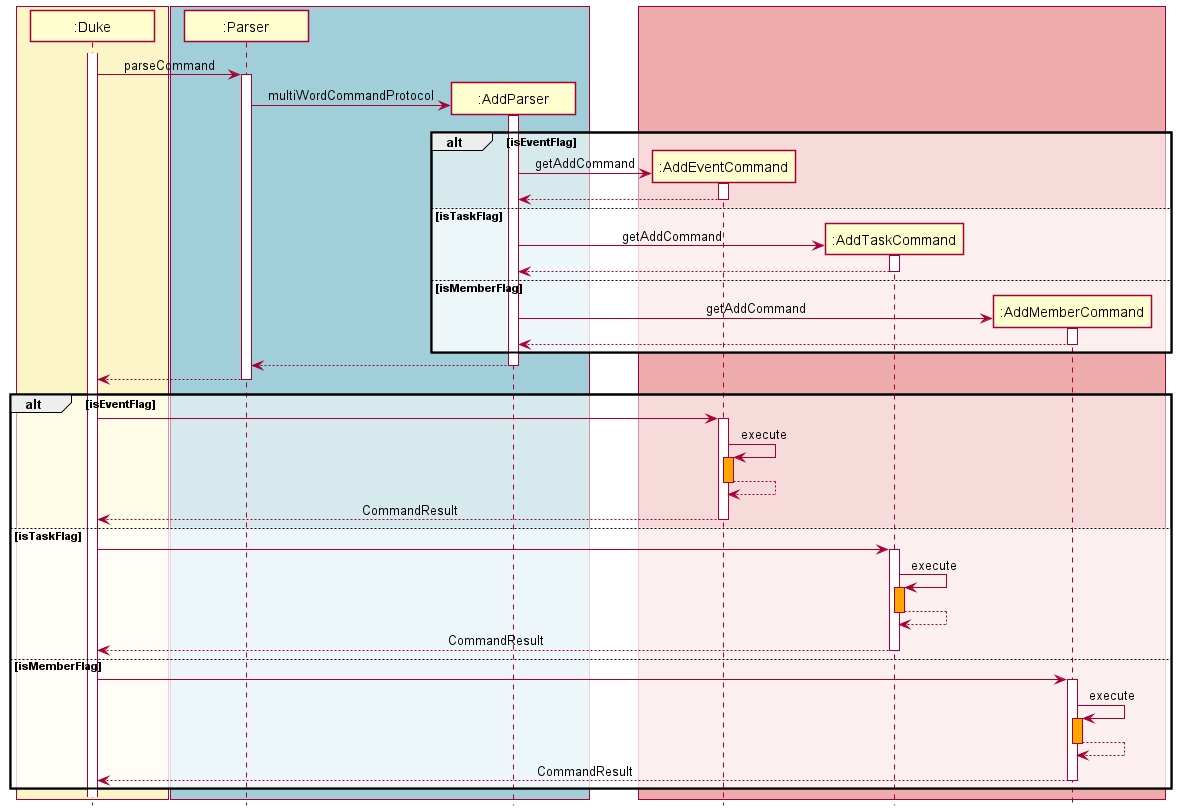
Before: docs/images/AddDiagram.png, a diagram exported from PlantUML (nus-cs2113-AY2122S1/tp).
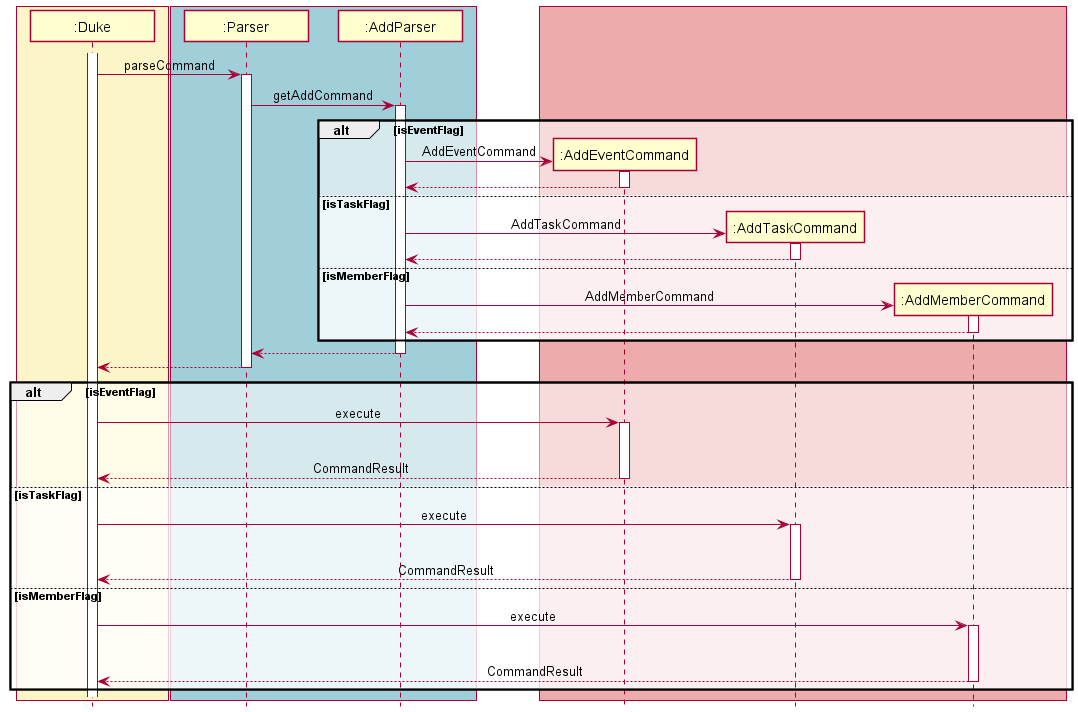
After the change.

Commit message:
Add/DoneUndo Diagrams updated

Change to the diagram source:
```diff
@@ -6,31 +6,33 @@
 activate Duke
 box BLUE_COLOR
 Participant ":Parser" as Parser
+participant ":AddParser" as AddParser
+
 
 Duke -> Parser :parseCommand
 create ":AddParser" as AddParser
+end box
 activate Parser
-create ":AddParser" as AddParser
-end box
-Parser -> AddParser: multiWordCommandProtocol
+
+Parser -> AddParser: getAddCommand
 activate AddParser
 
 box LOGIC_COLOR
 alt isEventFlag
 create ":AddEventCommand" as AddEventCommand
-AddParser -> AddEventCommand: getAddCommand
+AddParser -> AddEventCommand: AddEventCommand
 activate AddEventCommand
 return
 
 else isTaskFlag
 create ":AddTaskCommand" as AddTaskCommand
-AddParser -> AddTaskCommand: getAddCommand
+AddParser -> AddTaskCommand: AddTaskCommand
 activate AddTaskCommand
 return
 
 else isMemberFlag
 create ":AddMemberCommand" as AddMemberCommand
-AddParser -> AddMemberCommand: getAddCommand
+AddParser -> AddMemberCommand: AddMemberCommand
 activate AddMemberCommand
 return
 end
@@ -39,27 +41,21 @@
 return
 
 alt isEventFlag
-Duke -> AddEventCommand
+Duke -> AddEventCommand : execute
 activate AddEventCommand
-AddEventCommand -> AddEventCommand: execute
-activate AddEventCommand #orange
-return
+|||
 return CommandResult
 
 else isTaskFlag
-Duke -> AddTaskCommand
+Duke -> AddTaskCommand : execute
 activate AddTaskCommand
-AddTaskCommand -> AddTaskCommand: execute
-activate AddTaskCommand #orange
-return
+|||
 return CommandResult
 
 else isMemberFlag
-Duke -> AddMemberCommand
+Duke -> AddMemberCommand : execute
 activate AddMemberCommand
-AddMemberCommand -> AddMemberCommand: execute
-activate AddMemberCommand #orange
-return
+|||
 return CommandResult
 end
 
```
